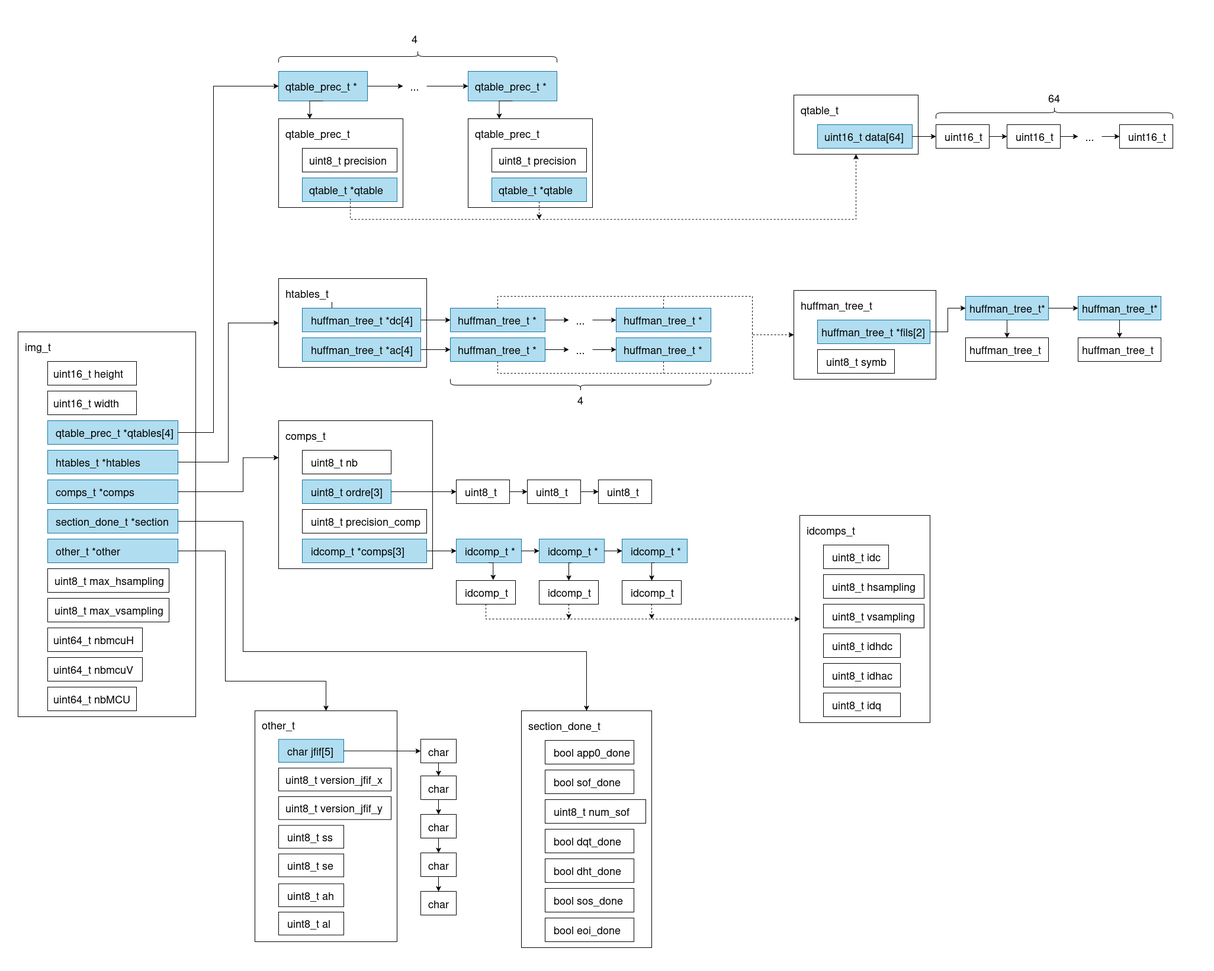
GabrielTessier/jpeg_decoder keeps this draw.io diagram as schemas/diagram_img.png. Above is the earlier version. Source tidied: cells renumbered, new cells last; positions are measured from the earlier drawing's top-left corner, leaving out a move shared by most shapes.
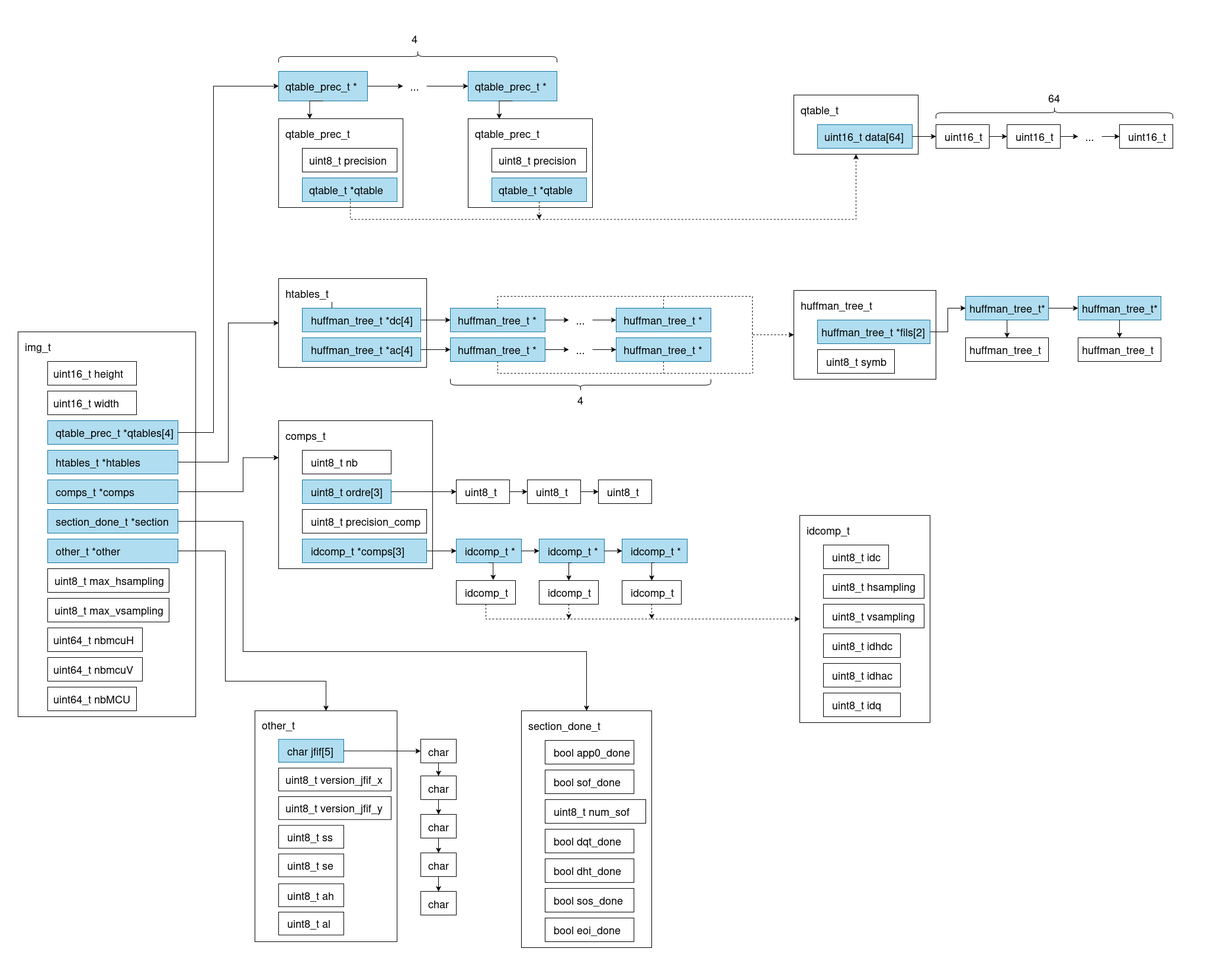
After the commit.

Change to the diagram source:
```diff
@@ -688,7 +688,7 @@
     <mxCell id="226" value="&lt;div align=&quot;left&quot;&gt;&lt;br&gt;&lt;/div&gt;" style="rounded=0;whiteSpace=wrap;html=1;" parent="225" vertex="1">
       <mxGeometry width="220" height="350" as="geometry" />
     </mxCell>
-    <mxCell id="227" value="idcomps_t" style="text;html=1;align=left;verticalAlign=middle;whiteSpace=wrap;rounded=0;fontSize=18;" parent="225" vertex="1">
+    <mxCell id="227" value="idcomp_t" style="text;html=1;align=left;verticalAlign=middle;whiteSpace=wrap;rounded=0;fontSize=18;" parent="225" vertex="1">
       <mxGeometry x="10" y="10" width="160" height="30" as="geometry" />
     </mxCell>
     <mxCell id="228" style="rounded=0;whiteSpace=wrap;html=1;" parent="225" vertex="1">
```
